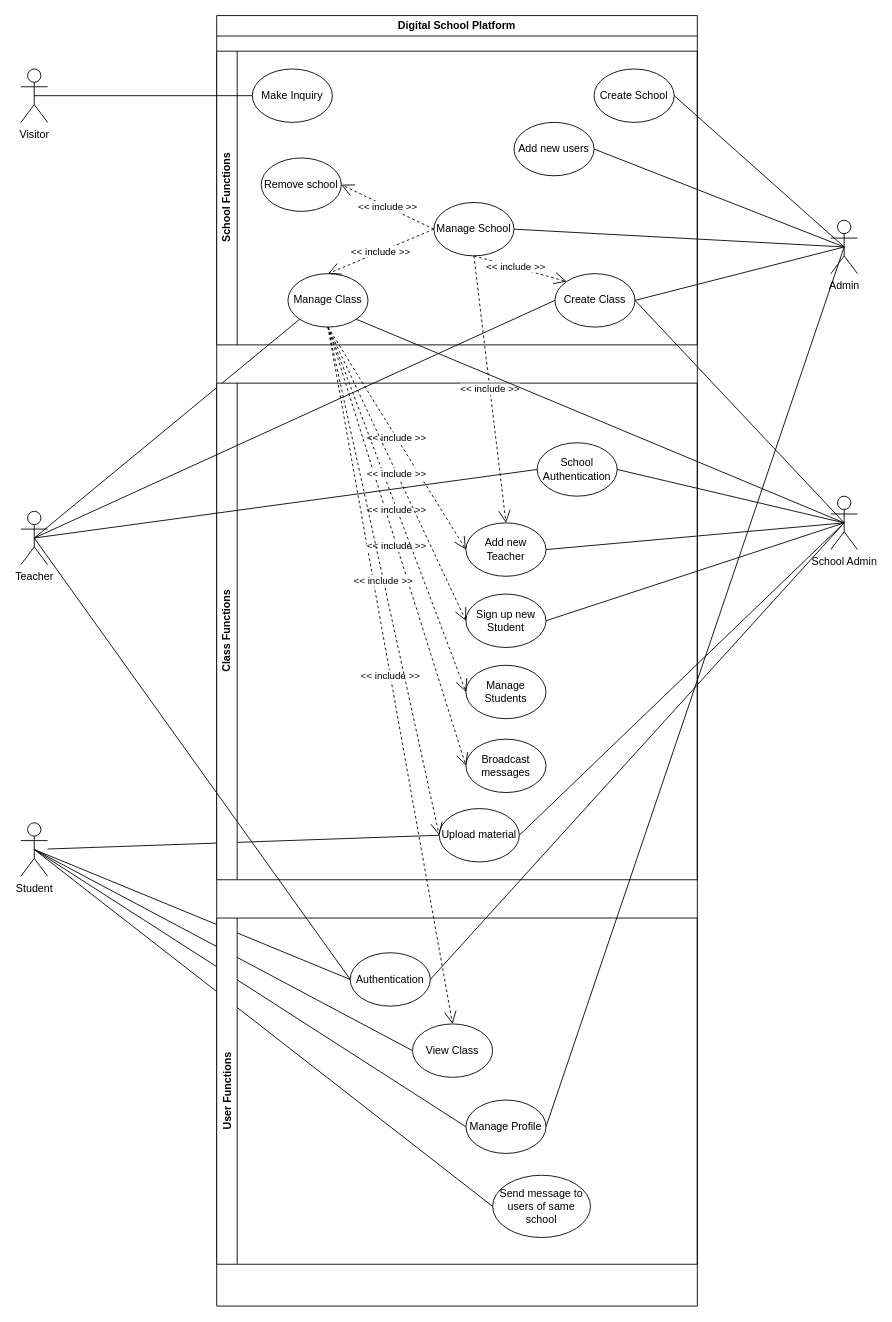
Above: docs/assets/Use Case.drawio in akshayvijaynair/music-academy-docs (draw.io), before the change. Source tidied: cells renumbered, new cells numbered last; positions are measured from the earlier drawing's top-left corner, leaving out a move shared by most shapes. Both pictures are drawn from the tidied source at 89%, with x=0, y=0 at pixel (20, 15).
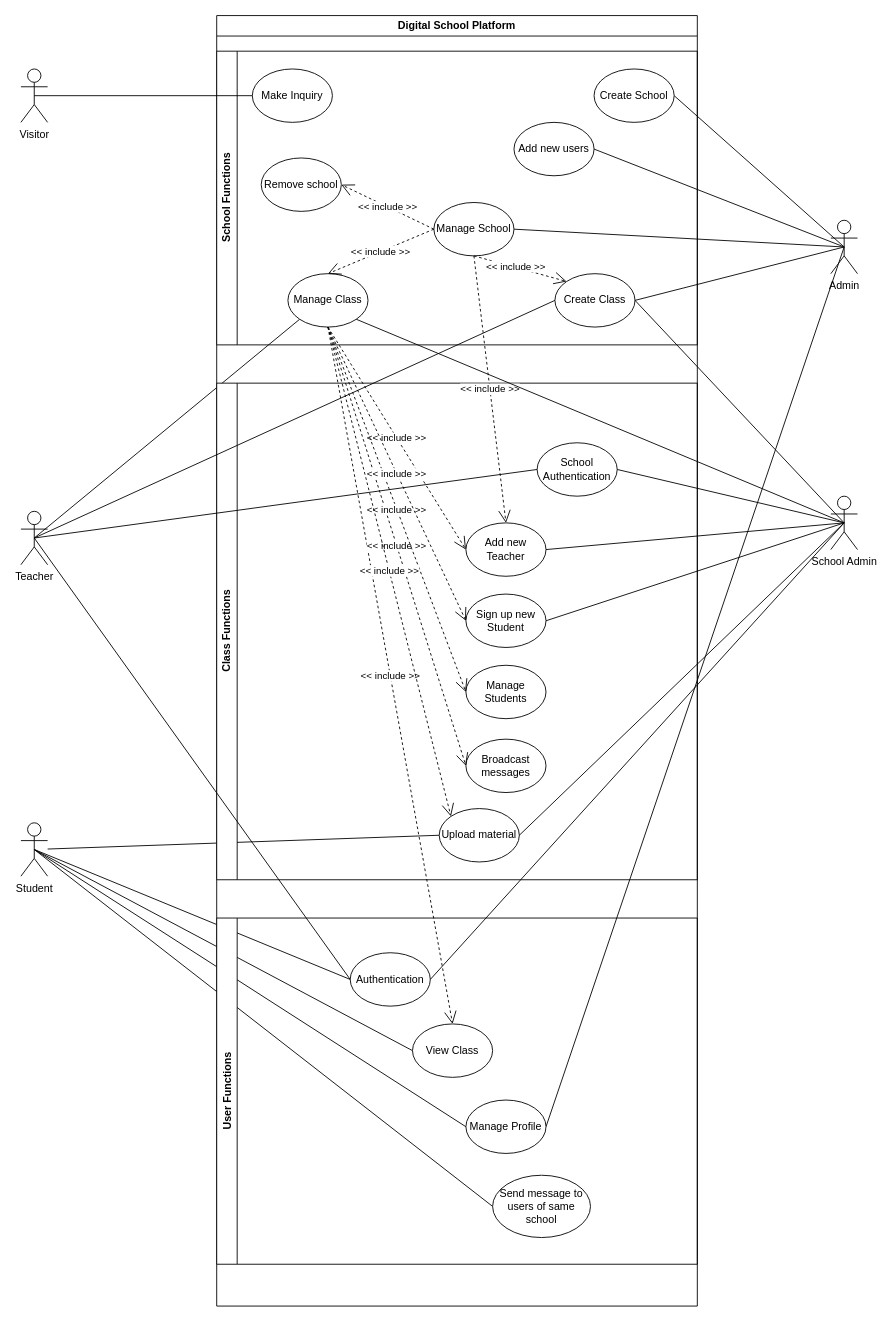
Above is the later version.

Unchanged cells that the change refers to:
```xml
<mxCell id="14" value="Digital School Platform" style="swimlane;whiteSpace=wrap;html=1;" parent="1" vertex="1">
  <mxGeometry x="220" width="540" height="1450" as="geometry" />
</mxCell>
<mxCell id="22" value="Manage Class" style="ellipse;whiteSpace=wrap;html=1;" parent="15" vertex="1">
  <mxGeometry x="80" y="250" width="90" height="60" as="geometry" />
</mxCell>
<mxCell id="31" value="Upload material" style="ellipse;whiteSpace=wrap;html=1;" parent="26" vertex="1">
  <mxGeometry x="250" y="478" width="90" height="60" as="geometry" />
</mxCell>
```

What changed in the source:
```diff
@@
-    <mxCell id="44" value="&amp;lt;&amp;lt; include &amp;gt;&amp;gt;" style="endArrow=open;endSize=12;dashed=1;html=1;rounded=0;exitX=0.5;exitY=1;exitDx=0;exitDy=0;entryX=0;entryY=0.5;entryDx=0;entryDy=0;" parent="14" edge="1" source="22" target="31">
+    <mxCell id="44" value="&amp;lt;&amp;lt; include &amp;gt;&amp;gt;" style="endArrow=open;endSize=12;dashed=1;html=1;rounded=0;exitX=0.5;exitY=1;exitDx=0;exitDy=0;entryX=0;entryY=0;entryDx=0;entryDy=0;" parent="14" edge="1" source="22" target="31">
       <mxGeometry relative="1" as="geometry" />
     </mxCell>
```
